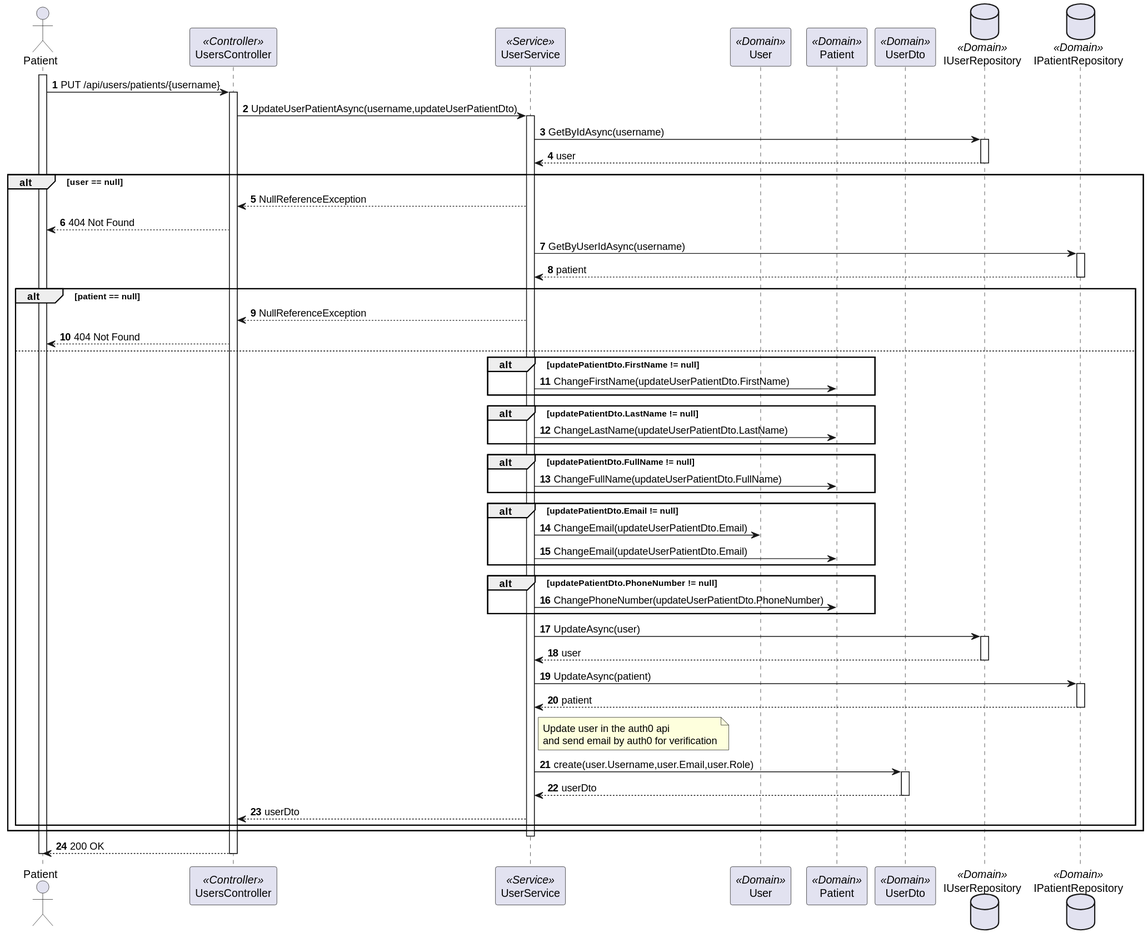
The PlantUML diagram docs/sprint-a/us-5.1.4/views/level3/process-view-2.svg in 1220846/sem5pi-24-25-3ddg20, before a commit.
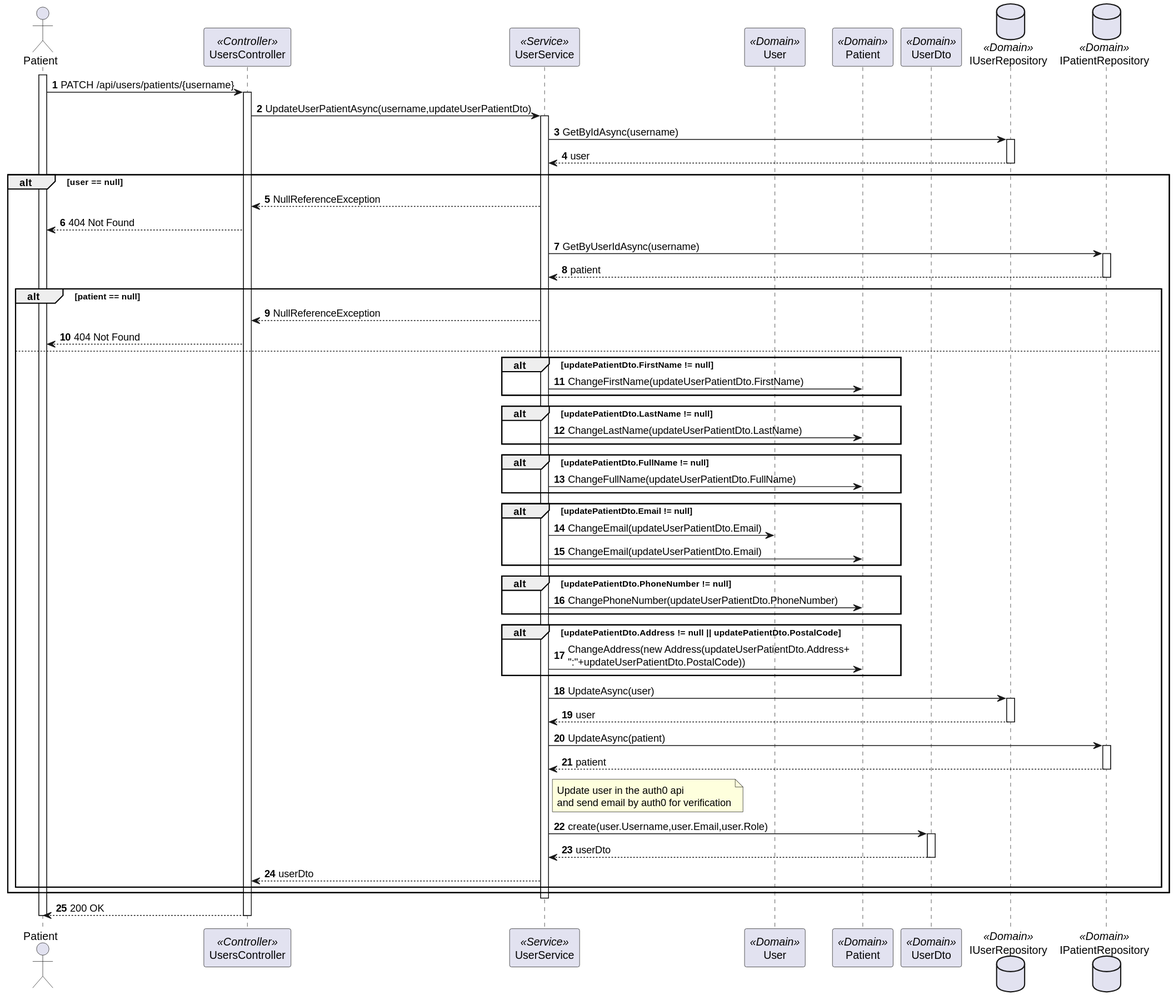
After the change.

Diff of the diagram source:
```diff
@@ -12,7 +12,7 @@
 
 activate PatientActor
 
-    PatientActor-> Controller : PUT /api/users/patients/{username}
+    PatientActor-> Controller : PATCH /api/users/patients/{username}
 
     activate Controller
 
@@ -71,6 +71,10 @@
                     Service -> Patient : ChangePhoneNumber(updateUserPatientDto.PhoneNumber)
                 end
 
+                alt  updatePatientDto.Address != null || updatePatientDto.PostalCode
+                    Service -> Patient : ChangeAddress(new Address(updateUserPatientDto.Address+\n":"+updateUserPatientDto.PostalCode))
+                end
+
                 Service  -> UserRepository : UpdateAsync(user)
 
                 activate UserRepository
```
